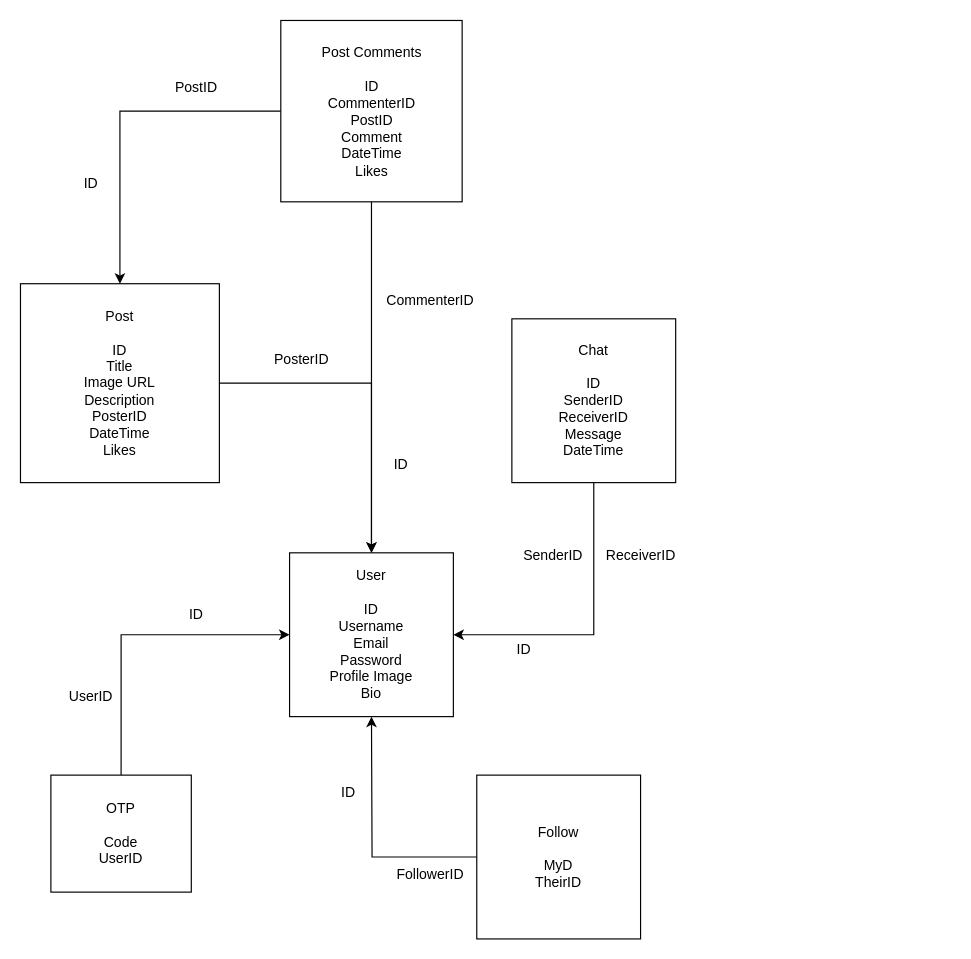
Earlier version of the draw.io diagram diagrams/db_schema.drawio (krtScrtr004/Pichive). Source tidied: cells renumbered, new cells numbered last; positions are measured from the earlier drawing's top-left corner, leaving out a move shared by most shapes. Both pictures are drawn from the tidied source at 117%, with x=0, y=0 at pixel (20, 20).
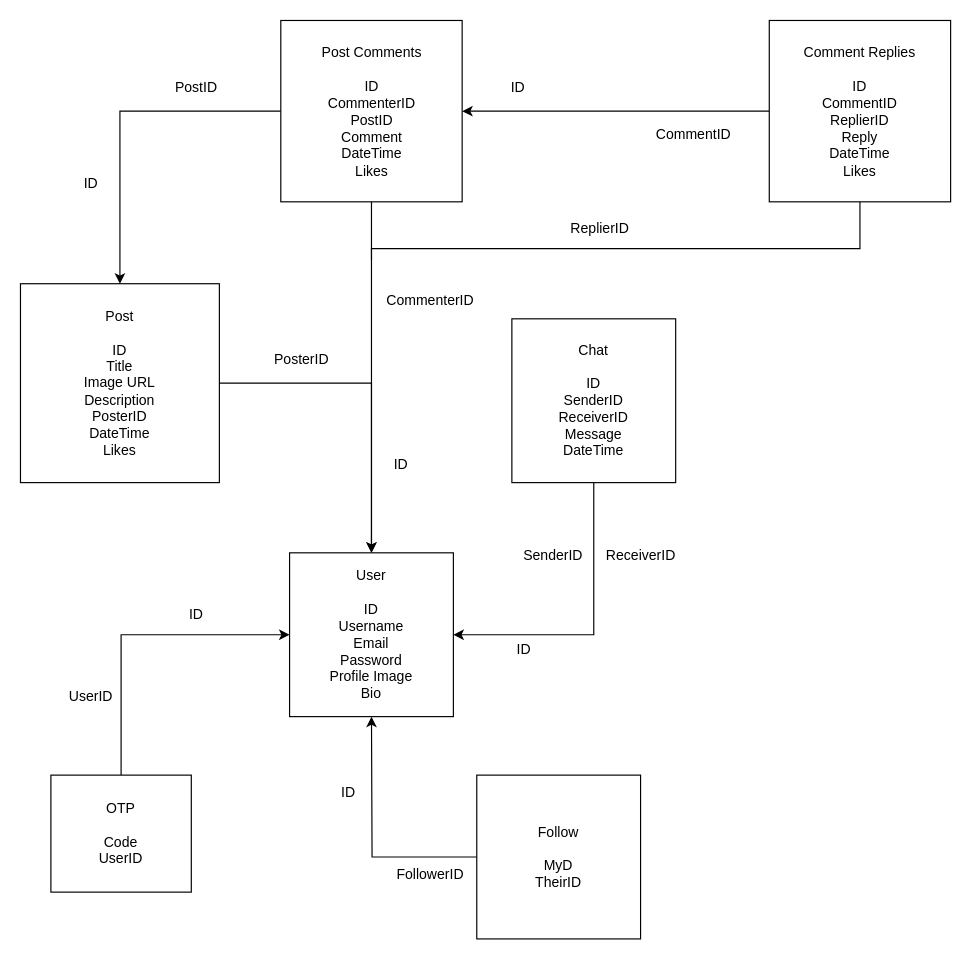
Above is the later version.

Commit message (it also covers changes not shown here):
<feat>: add the ability to write comment to individual posts

Unchanged cells that the change refers to:
```xml
<mxCell id="9" value="&lt;div&gt;&lt;br&gt;&lt;/div&gt;Post Comments&lt;div&gt;&lt;br&gt;&lt;/div&gt;&lt;div&gt;ID&lt;/div&gt;&lt;div&gt;CommenterID&lt;/div&gt;&lt;div&gt;PostID&lt;/div&gt;&lt;div&gt;Comment&lt;/div&gt;&lt;div&gt;DateTime&lt;/div&gt;&lt;div&gt;Likes&lt;/div&gt;&lt;div&gt;&lt;br&gt;&lt;/div&gt;" style="whiteSpace=wrap;html=1;" parent="1" vertex="1">
  <mxGeometry x="222.5" width="155" height="155" as="geometry" />
</mxCell>
```

Change to the diagram source:
```diff
@@
+    <mxCell id="26" style="edgeStyle=orthogonalEdgeStyle;rounded=0;jettySize=auto;html=1;entryX=1;entryY=0.5;entryDx=0;entryDy=0;" parent="1" edge="1" source="28" target="9">
+      <mxGeometry relative="1" as="geometry" />
+    </mxCell>
+    <mxCell id="27" style="edgeStyle=orthogonalEdgeStyle;rounded=0;jettySize=auto;html=1;endArrow=none;endFill=0;" parent="1" edge="1" source="28">
+      <mxGeometry relative="1" as="geometry">
+        <mxPoint x="300" y="205" as="targetPoint" />
+        <Array as="points">
+          <mxPoint x="588" y="195" />
+          <mxPoint x="301" y="195" />
+        </Array>
+      </mxGeometry>
+    </mxCell>
+    <mxCell id="28" value="&lt;div&gt;&lt;br&gt;&lt;/div&gt;Comment Replies&lt;div&gt;&lt;br&gt;&lt;/div&gt;&lt;div&gt;ID&lt;/div&gt;&lt;div&gt;CommentID&lt;/div&gt;&lt;div&gt;ReplierID&lt;/div&gt;&lt;div&gt;Reply&lt;/div&gt;&lt;div&gt;DateTime&lt;/div&gt;&lt;div&gt;Likes&lt;/div&gt;&lt;div&gt;&lt;br&gt;&lt;/div&gt;" style="whiteSpace=wrap;html=1;" parent="1" vertex="1">
+      <mxGeometry x="640" width="155" height="155" as="geometry" />
+    </mxCell>
+    <mxCell id="29" value="ID" style="text;html=1;align=center;verticalAlign=middle;strokeColor=none;fillColor=none;" parent="1" vertex="1">
+      <mxGeometry x="405" y="43" width="40" height="30" as="geometry" />
+    </mxCell>
+    <mxCell id="30" value="CommentID" style="text;html=1;align=center;verticalAlign=middle;strokeColor=none;fillColor=none;" parent="1" vertex="1">
+      <mxGeometry x="530" y="83" width="90" height="30" as="geometry" />
+    </mxCell>
+    <mxCell id="31" value="ReplierID" style="text;html=1;align=center;verticalAlign=middle;strokeColor=none;fillColor=none;" parent="1" vertex="1">
+      <mxGeometry x="460" y="163" width="70" height="30" as="geometry" />
+    </mxCell>
```
